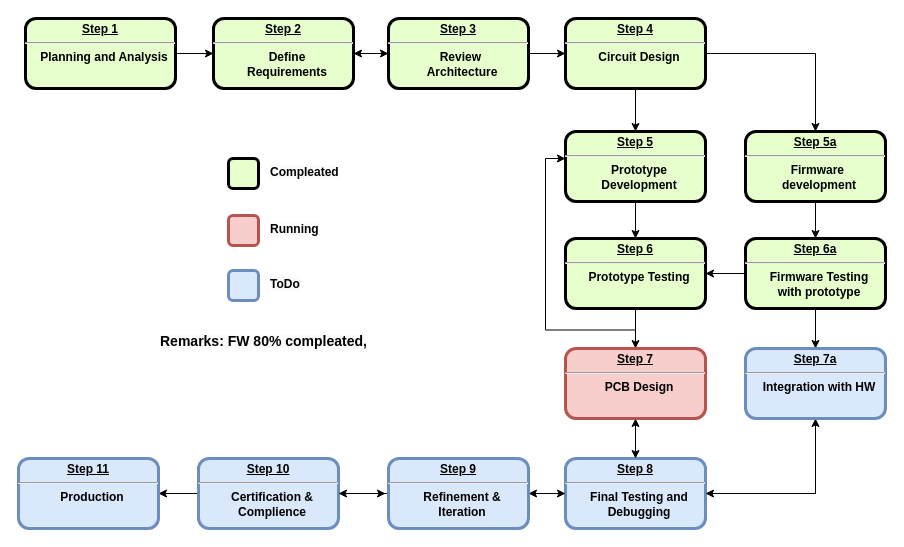
Above: ups-gantt.drawio in j9hasan/learning-git (draw.io), before the change. Source tidied: cells renumbered, new cells numbered last; positions are measured from the earlier drawing's top-left corner, leaving out a move shared by most shapes. Both pictures are drawn from the tidied source at 100%, with x=0, y=0 at pixel (18, 18).
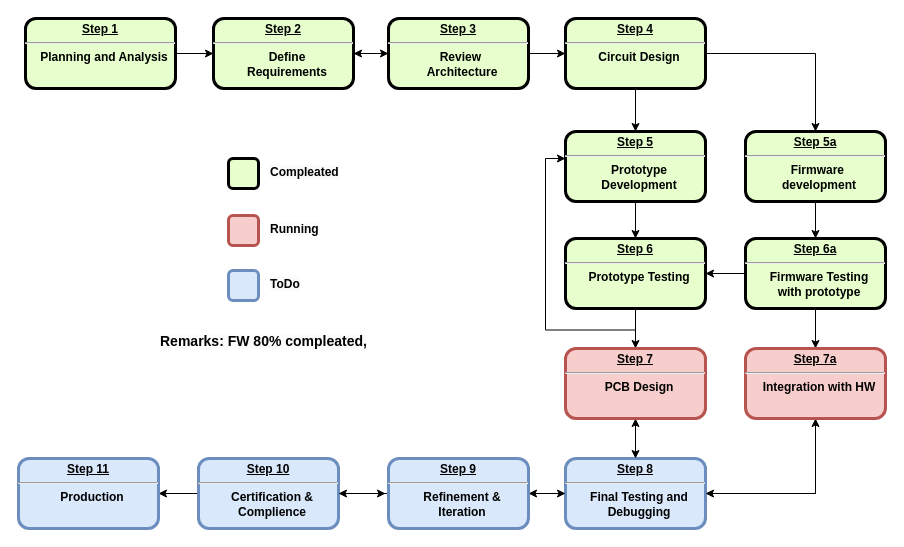
The same diagram, later.

What changed in the source:
```diff
@@
-    <mxCell id="42" value="&lt;p style=&quot;margin: 0px; margin-top: 4px; text-align: center; text-decoration: underline;&quot;&gt;&lt;strong&gt;Step 7a&lt;/strong&gt;&lt;/p&gt;&lt;hr&gt;&lt;p style=&quot;margin: 0px; margin-left: 8px;&quot;&gt;Integration with HW&lt;/p&gt;" style="verticalAlign=middle;align=center;overflow=fill;fontSize=12;fontFamily=Helvetica;html=1;rounded=1;fontStyle=1;strokeWidth=3;fillColor=#dae8fc;strokeColor=#6c8ebf;" parent="1" vertex="1">
+    <mxCell id="42" value="&lt;p style=&quot;margin: 0px; margin-top: 4px; text-align: center; text-decoration: underline;&quot;&gt;&lt;strong&gt;Step 7a&lt;/strong&gt;&lt;/p&gt;&lt;hr&gt;&lt;p style=&quot;margin: 0px; margin-left: 8px;&quot;&gt;Integration with HW&lt;/p&gt;" style="verticalAlign=middle;align=center;overflow=fill;fontSize=12;fontFamily=Helvetica;html=1;rounded=1;fontStyle=1;strokeWidth=3;fillColor=#f8cecc;strokeColor=#b85450;" parent="1" vertex="1">
       <mxGeometry x="727" y="330" width="140" height="70" as="geometry" />
     </mxCell>
```
